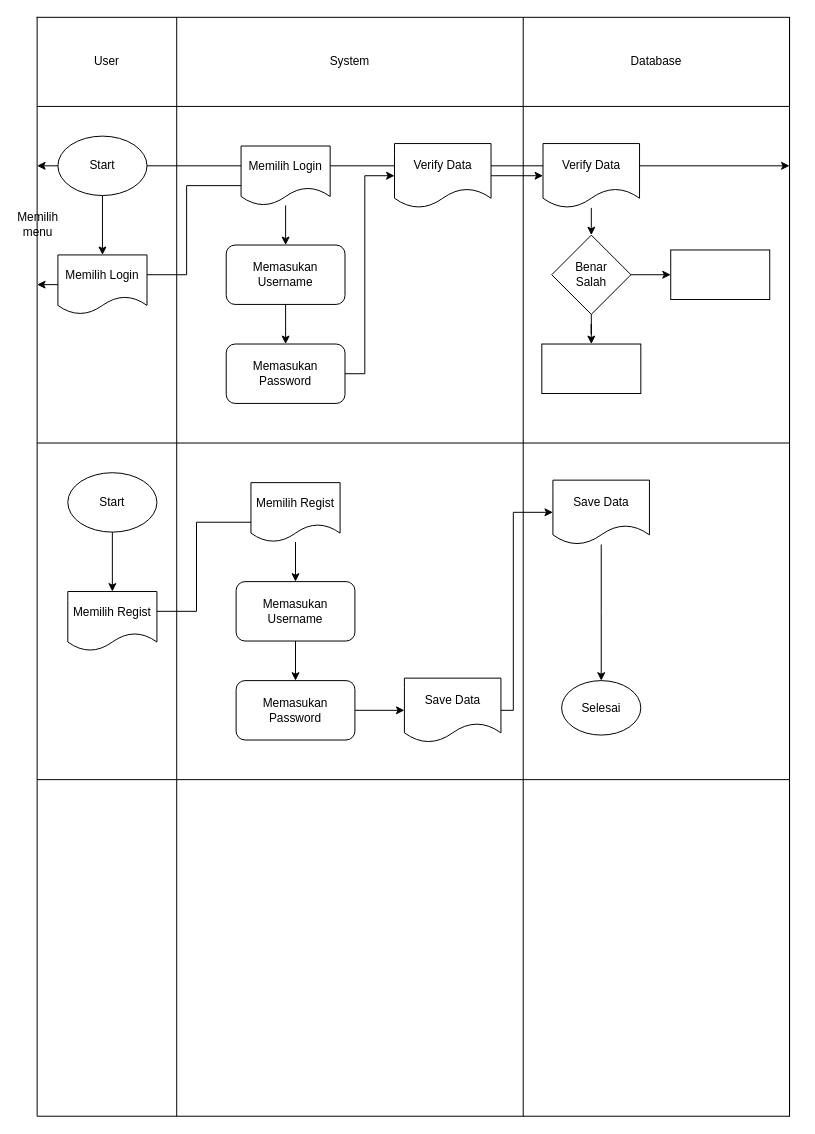
The draw.io diagram page "Page-1" (1 of 2) of tugas bu har.drawio in Dekte/storage, before the edit. Source tidied: cells renumbered, new cells numbered last; positions are measured from the earlier drawing's top-left corner, leaving out a move shared by most shapes. Both pictures are drawn from the tidied source at 99%, with x=0, y=0 at pixel (37, 17).
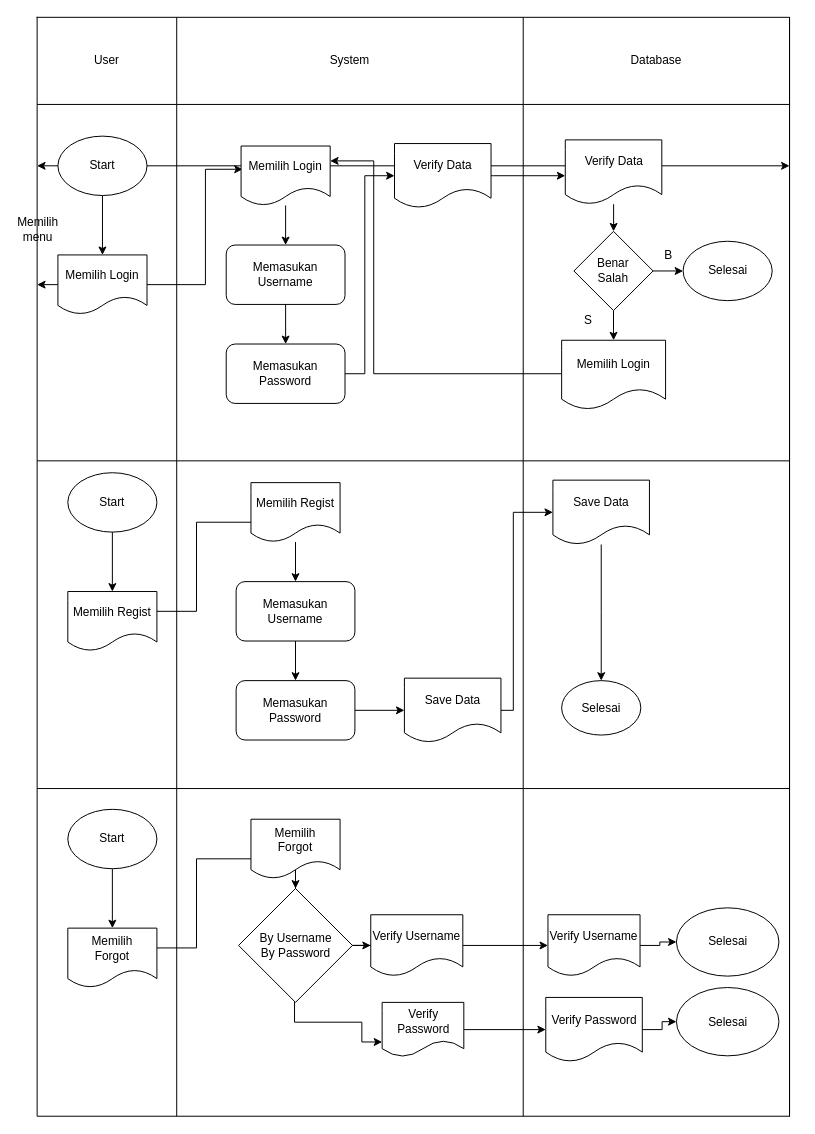
The same diagram, later.

Unchanged cells that the change refers to:
```xml
<mxCell id="2" style="shape=table;startSize=0;childLayout=tableLayout;" parent="1" vertex="1">
  <mxGeometry width="760" height="1110" as="geometry" />
</mxCell>
<mxCell id="34" value="Memilih Login" style="shape=document;whiteSpace=wrap;html=1;boundedLbl=1;" parent="1" vertex="1">
  <mxGeometry x="21" y="240" width="90" height="60" as="geometry" />
</mxCell>
<mxCell id="36" value="Memilih Login" style="shape=document;whiteSpace=wrap;html=1;boundedLbl=1;" parent="1" vertex="1">
  <mxGeometry x="206" y="130" width="90" height="60" as="geometry" />
</mxCell>
```

Diff of the diagram source:
```diff
@@
     <mxCell id="3" style="shape=tableRow;horizontal=0;startSize=0;swimlaneHead=0;swimlaneBody=0;strokeColor=inherit;top=0;left=0;bottom=0;right=0;fillColor=none;" parent="2" vertex="1">
-      <mxGeometry width="760" height="90" as="geometry" />
+      <mxGeometry width="760" height="88" as="geometry" />
     </mxCell>
     <mxCell id="4" value="User" style="shape=partialRectangle;html=1;whiteSpace=wrap;strokeColor=inherit;overflow=hidden;fillColor=none;top=0;left=0;bottom=0;right=0;" parent="3" vertex="1">
-      <mxGeometry width="141" height="90" as="geometry" />
+      <mxGeometry width="141" height="88" as="geometry" />
     </mxCell>
     <mxCell id="5" value="System" style="shape=partialRectangle;html=1;whiteSpace=wrap;strokeColor=inherit;overflow=hidden;fillColor=none;top=0;left=0;bottom=0;right=0;" parent="3" vertex="1">
-      <mxGeometry x="141" width="350" height="90" as="geometry" />
+      <mxGeometry x="141" width="350" height="88" as="geometry" />
     </mxCell>
     <mxCell id="6" value="Database" style="shape=partialRectangle;html=1;whiteSpace=wrap;strokeColor=inherit;overflow=hidden;fillColor=none;top=0;left=0;bottom=0;right=0;" parent="3" vertex="1">
-      <mxGeometry x="491" width="269" height="90" as="geometry" />
+      <mxGeometry x="491" width="269" height="88" as="geometry" />
     </mxCell>
     <mxCell id="7" style="shape=tableRow;horizontal=0;startSize=0;swimlaneHead=0;swimlaneBody=0;strokeColor=inherit;top=0;left=0;bottom=0;right=0;fillColor=none;" parent="2" vertex="1">
-      <mxGeometry y="90" width="760" height="340" as="geometry" />
+      <mxGeometry y="88" width="760" height="360" as="geometry" />
     </mxCell>
     <mxCell id="8" style="shape=partialRectangle;html=1;whiteSpace=wrap;strokeColor=inherit;overflow=hidden;fillColor=none;top=0;left=0;bottom=0;right=0;" parent="7" vertex="1">
-      <mxGeometry width="141" height="340" as="geometry" />
+      <mxGeometry width="141" height="360" as="geometry" />
     </mxCell>
     <mxCell id="9" style="shape=partialRectangle;html=1;whiteSpace=wrap;strokeColor=inherit;overflow=hidden;fillColor=none;top=0;left=0;bottom=0;right=0;" parent="7" vertex="1">
-      <mxGeometry x="141" width="350" height="340" as="geometry" />
+      <mxGeometry x="141" width="350" height="360" as="geometry" />
     </mxCell>
     <mxCell id="10" style="shape=partialRectangle;html=1;whiteSpace=wrap;strokeColor=inherit;overflow=hidden;fillColor=none;top=0;left=0;bottom=0;right=0;" parent="7" vertex="1">
-      <mxGeometry x="491" width="269" height="340" as="geometry" />
+      <mxGeometry x="491" width="269" height="360" as="geometry" />
     </mxCell>
     <mxCell id="11" style="shape=document;whiteSpace=wrap;html=1;boundedLbl=1;" parent="7" vertex="1">
-      <mxGeometry x="760" height="340" as="geometry" />
+      <mxGeometry x="760" height="360" as="geometry" />
     </mxCell>
     <mxCell id="12" style="shape=document;whiteSpace=wrap;html=1;boundedLbl=1;" parent="7" vertex="1">
-      <mxGeometry height="340" as="geometry" />
+      <mxGeometry height="360" as="geometry" />
     </mxCell>
     <mxCell id="13" value="Memilih menu" style="shape=document;whiteSpace=wrap;html=1;boundedLbl=1;" parent="7" vertex="1">
-      <mxGeometry height="340" as="geometry" />
+      <mxGeometry height="360" as="geometry" />
     </mxCell>
+    <mxCell id="71" style="shape=document;whiteSpace=wrap;html=1;boundedLbl=1;rounded=1;arcSize=0;" parent="7" vertex="1">
+      <mxGeometry height="360" as="geometry" />
+    </mxCell>
     <mxCell id="14" style="shape=tableRow;horizontal=0;startSize=0;swimlaneHead=0;swimlaneBody=0;strokeColor=inherit;top=0;left=0;bottom=0;right=0;fillColor=none;" parent="2" vertex="1">
-      <mxGeometry y="430" width="760" height="340" as="geometry" />
+      <mxGeometry y="448" width="760" height="331" as="geometry" />
     </mxCell>
     <mxCell id="15" style="shape=partialRectangle;html=1;whiteSpace=wrap;strokeColor=inherit;overflow=hidden;fillColor=none;top=0;left=0;bottom=0;right=0;" parent="14" vertex="1">
-      <mxGeometry width="141" height="340" as="geometry" />
+      <mxGeometry width="141" height="331" as="geometry" />
     </mxCell>
     <mxCell id="16" style="shape=partialRectangle;html=1;whiteSpace=wrap;strokeColor=inherit;overflow=hidden;fillColor=none;top=0;left=0;bottom=0;right=0;" parent="14" vertex="1">
-      <mxGeometry x="141" width="350" height="340" as="geometry" />
+      <mxGeometry x="141" width="350" height="331" as="geometry" />
     </mxCell>
     <mxCell id="17" style="shape=partialRectangle;html=1;whiteSpace=wrap;strokeColor=inherit;overflow=hidden;fillColor=none;top=0;left=0;bottom=0;right=0;" parent="14" vertex="1">
-      <mxGeometry x="491" width="269" height="340" as="geometry" />
+      <mxGeometry x="491" width="269" height="331" as="geometry" />
     </mxCell>
     <mxCell id="18" style="shape=document;whiteSpace=wrap;html=1;boundedLbl=1;" parent="14" vertex="1">
-      <mxGeometry x="760" height="340" as="geometry" />
+      <mxGeometry x="760" height="331" as="geometry" />
     </mxCell>
     <mxCell id="19" style="shape=document;whiteSpace=wrap;html=1;boundedLbl=1;" parent="14" vertex="1">
-      <mxGeometry height="340" as="geometry" />
+      <mxGeometry height="331" as="geometry" />
     </mxCell>
     <mxCell id="20" style="shape=document;whiteSpace=wrap;html=1;boundedLbl=1;" parent="14" vertex="1">
-      <mxGeometry height="340" as="geometry" />
+      <mxGeometry height="331" as="geometry" />
     </mxCell>
     <mxCell id="21" style="shape=tableRow;horizontal=0;startSize=0;swimlaneHead=0;swimlaneBody=0;strokeColor=inherit;top=0;left=0;bottom=0;right=0;fillColor=none;" parent="2" vertex="1">
-      <mxGeometry y="770" width="760" height="340" as="geometry" />
+      <mxGeometry y="779" width="760" height="331" as="geometry" />
     </mxCell>
     <mxCell id="22" style="shape=partialRectangle;html=1;whiteSpace=wrap;strokeColor=inherit;overflow=hidden;fillColor=none;top=0;left=0;bottom=0;right=0;" parent="21" vertex="1">
-      <mxGeometry width="141" height="340" as="geometry" />
+      <mxGeometry width="141" height="331" as="geometry" />
     </mxCell>
     <mxCell id="23" style="shape=partialRectangle;html=1;whiteSpace=wrap;strokeColor=inherit;overflow=hidden;fillColor=none;top=0;left=0;bottom=0;right=0;" parent="21" vertex="1">
-      <mxGeometry x="141" width="350" height="340" as="geometry" />
+      <mxGeometry x="141" width="350" height="331" as="geometry" />
     </mxCell>
     <mxCell id="24" style="shape=partialRectangle;html=1;whiteSpace=wrap;strokeColor=inherit;overflow=hidden;fillColor=none;top=0;left=0;bottom=0;right=0;" parent="21" vertex="1">
-      <mxGeometry x="491" width="269" height="340" as="geometry" />
+      <mxGeometry x="491" width="269" height="331" as="geometry" />
     </mxCell>
     <mxCell id="25" style="shape=document;whiteSpace=wrap;html=1;boundedLbl=1;" parent="21" vertex="1">
-      <mxGeometry x="760" height="340" as="geometry" />
+      <mxGeometry x="760" height="331" as="geometry" />
     </mxCell>
     <mxCell id="26" style="shape=document;whiteSpace=wrap;html=1;boundedLbl=1;" parent="21" vertex="1">
-      <mxGeometry height="340" as="geometry" />
+      <mxGeometry height="331" as="geometry" />
     </mxCell>
     <mxCell id="27" style="shape=document;whiteSpace=wrap;html=1;boundedLbl=1;" parent="21" vertex="1">
-      <mxGeometry height="340" as="geometry" />
+      <mxGeometry height="331" as="geometry" />
     </mxCell>
@@
-    <mxCell id="33" style="edgeStyle=orthogonalEdgeStyle;rounded=0;jettySize=auto;html=1;entryX=0;entryY=0.5;entryDx=0;entryDy=0;" parent="1" edge="1" source="34" target="36">
+    <mxCell id="33" style="edgeStyle=orthogonalEdgeStyle;rounded=0;jettySize=auto;html=1;entryX=0.018;entryY=0.391;entryDx=0;entryDy=0;entryPerimeter=0;" parent="1" edge="1" source="34" target="36">
       <mxGeometry relative="1" as="geometry">
         <Array as="points">
-          <mxPoint x="151" y="260" />
-          <mxPoint x="151" y="170" />
-          <mxPoint x="211" y="170" />
+          <mxPoint x="170" y="270" />
+          <mxPoint x="170" y="154" />
         </Array>
       </mxGeometry>
     </mxCell>
@@
     <mxCell id="44" value="Verify Data" style="shape=document;whiteSpace=wrap;html=1;boundedLbl=1;rounded=1;" parent="1" vertex="1">
-      <mxGeometry x="511" y="127.5" width="97.5" height="65" as="geometry" />
+      <mxGeometry x="533.5" y="123.8" width="97.5" height="65" as="geometry" />
     </mxCell>
@@
-    <mxCell id="66" style="edgeStyle=orthogonalEdgeStyle;rounded=0;jettySize=auto;html=1;" parent="1" edge="1" source="68" target="69">
-      <mxGeometry relative="1" as="geometry" />
-    </mxCell>
-    <mxCell id="67" style="edgeStyle=orthogonalEdgeStyle;rounded=0;jettySize=auto;html=1;" parent="1" edge="1" source="68" target="70">
-      <mxGeometry relative="1" as="geometry" />
+    <mxCell id="67" style="edgeStyle=orthogonalEdgeStyle;rounded=0;jettySize=auto;html=1;" parent="1" edge="1" source="68">
+      <mxGeometry relative="1" as="geometry">
+        <mxPoint x="652.5" y="256.3" as="targetPoint" />
+      </mxGeometry>
     </mxCell>
+    <mxCell id="72" style="edgeStyle=orthogonalEdgeStyle;rounded=0;jettySize=auto;html=1;" parent="1" edge="1" source="68" target="77">
+      <mxGeometry relative="1" as="geometry" />
+    </mxCell>
     <mxCell id="68" value="&lt;div&gt;Benar&lt;/div&gt;&lt;div&gt;Salah&lt;/div&gt;" style="rhombus;whiteSpace=wrap;html=1;rounded=1;arcSize=0;" parent="1" vertex="1">
-      <mxGeometry x="519.8" y="220" width="80" height="80" as="geometry" />
+      <mxGeometry x="542.2" y="216.2" width="80" height="80" as="geometry" />
     </mxCell>
-    <mxCell id="69" style="whiteSpace=wrap;html=1;rounded=1;arcSize=0;" parent="1" vertex="1">
-      <mxGeometry x="509.8" y="330" width="100" height="50" as="geometry" />
-    </mxCell>
-    <mxCell id="70" style="whiteSpace=wrap;html=1;rounded=1;arcSize=0;" parent="1" vertex="1">
-      <mxGeometry x="640" y="235" width="100" height="50" as="geometry" />
-    </mxCell>
+    <mxCell id="73" value="B" style="text;html=1;strokeColor=none;fillColor=none;align=center;verticalAlign=middle;whiteSpace=wrap;rounded=0;" parent="1" vertex="1">
+      <mxGeometry x="622.5" y="231.2" width="30" height="20" as="geometry" />
+    </mxCell>
+    <mxCell id="74" value="S" style="text;html=1;strokeColor=none;fillColor=none;align=center;verticalAlign=middle;whiteSpace=wrap;rounded=0;" parent="1" vertex="1">
+      <mxGeometry x="542.2" y="296.2" width="30" height="20" as="geometry" />
+    </mxCell>
+    <mxCell id="75" value="Selesai" style="ellipse;whiteSpace=wrap;html=1;" parent="1" vertex="1">
+      <mxGeometry x="652.5" y="226.2" width="90" height="60" as="geometry" />
+    </mxCell>
+    <mxCell id="76" style="edgeStyle=orthogonalEdgeStyle;rounded=0;jettySize=auto;html=1;entryX=1;entryY=0.25;entryDx=0;entryDy=0;" parent="1" edge="1" source="77" target="36">
+      <mxGeometry relative="1" as="geometry">
+        <Array as="points">
+          <mxPoint x="340" y="360" />
+          <mxPoint x="340" y="145" />
+        </Array>
+      </mxGeometry>
+    </mxCell>
+    <mxCell id="77" value="Memilih Login" style="shape=document;whiteSpace=wrap;html=1;boundedLbl=1;" parent="1" vertex="1">
+      <mxGeometry x="529.8" y="326.2" width="105" height="70" as="geometry" />
+    </mxCell>
+    <mxCell id="78" style="edgeStyle=orthogonalEdgeStyle;rounded=0;jettySize=auto;html=1;" parent="1" edge="1" source="79" target="81">
+      <mxGeometry relative="1" as="geometry" />
+    </mxCell>
+    <mxCell id="79" value="Start" style="ellipse;whiteSpace=wrap;html=1;" parent="1" vertex="1">
+      <mxGeometry x="31" y="800" width="90" height="60" as="geometry" />
+    </mxCell>
+    <mxCell id="80" style="edgeStyle=orthogonalEdgeStyle;rounded=0;jettySize=auto;html=1;entryX=0;entryY=0.5;entryDx=0;entryDy=0;" parent="1" edge="1" source="81" target="83">
+      <mxGeometry relative="1" as="geometry">
+        <Array as="points">
+          <mxPoint x="161" y="940" />
+          <mxPoint x="161" y="850" />
+          <mxPoint x="221" y="850" />
+        </Array>
+      </mxGeometry>
+    </mxCell>
+    <mxCell id="81" value="&lt;div&gt;Memilih&lt;/div&gt;&lt;div&gt;Forgot&lt;br&gt;&lt;/div&gt;" style="shape=document;whiteSpace=wrap;html=1;boundedLbl=1;" parent="1" vertex="1">
+      <mxGeometry x="31" y="920" width="90" height="60" as="geometry" />
+    </mxCell>
+    <mxCell id="82" style="edgeStyle=orthogonalEdgeStyle;rounded=0;jettySize=auto;html=1;" parent="1" edge="1" source="83" target="86">
+      <mxGeometry relative="1" as="geometry" />
+    </mxCell>
+    <mxCell id="83" value="&lt;div&gt;Memilih&lt;/div&gt;&lt;div&gt;Forgot&lt;br&gt;&lt;/div&gt;" style="shape=document;whiteSpace=wrap;html=1;boundedLbl=1;" parent="1" vertex="1">
+      <mxGeometry x="216" y="810" width="90" height="60" as="geometry" />
+    </mxCell>
+    <mxCell id="84" style="edgeStyle=orthogonalEdgeStyle;rounded=0;jettySize=auto;html=1;" parent="1" edge="1" source="86" target="88">
+      <mxGeometry relative="1" as="geometry" />
+    </mxCell>
+    <mxCell id="85" style="edgeStyle=orthogonalEdgeStyle;rounded=0;jettySize=auto;html=1;" parent="1" edge="1" source="86" target="90">
+      <mxGeometry relative="1" as="geometry">
+        <Array as="points">
+          <mxPoint x="260" y="1015" />
+          <mxPoint x="328" y="1015" />
+          <mxPoint x="328" y="1035" />
+        </Array>
+      </mxGeometry>
+    </mxCell>
+    <mxCell id="86" value="&lt;div&gt;By Username&lt;/div&gt;&lt;div&gt;By Password&lt;br&gt;&lt;/div&gt;" style="rhombus;whiteSpace=wrap;html=1;" parent="1" vertex="1">
+      <mxGeometry x="203.5" y="880" width="115" height="115" as="geometry" />
+    </mxCell>
+    <mxCell id="87" style="edgeStyle=orthogonalEdgeStyle;rounded=0;jettySize=auto;html=1;" parent="1" edge="1" source="88" target="92">
+      <mxGeometry relative="1" as="geometry" />
+    </mxCell>
+    <mxCell id="88" value="Verify Username" style="shape=document;whiteSpace=wrap;html=1;boundedLbl=1;" parent="1" vertex="1">
+      <mxGeometry x="337" y="906.5" width="93" height="62" as="geometry" />
+    </mxCell>
+    <mxCell id="89" style="edgeStyle=orthogonalEdgeStyle;rounded=0;jettySize=auto;html=1;" parent="1" edge="1" source="90" target="94">
+      <mxGeometry relative="1" as="geometry" />
+    </mxCell>
+    <mxCell id="90" value="Verify Password" style="shape=document;whiteSpace=wrap;html=1;boundedLbl=1;" parent="1" vertex="1">
+      <mxGeometry x="348.5" y="995" width="82.5" height="55" as="geometry" />
+    </mxCell>
+    <mxCell id="91" style="edgeStyle=orthogonalEdgeStyle;rounded=0;jettySize=auto;html=1;" parent="1" edge="1" source="92" target="95">
+      <mxGeometry relative="1" as="geometry" />
+    </mxCell>
+    <mxCell id="92" value="Verify Username" style="shape=document;whiteSpace=wrap;html=1;boundedLbl=1;" parent="1" vertex="1">
+      <mxGeometry x="516" y="906.5" width="93" height="62" as="geometry" />
+    </mxCell>
+    <mxCell id="93" style="edgeStyle=orthogonalEdgeStyle;rounded=0;jettySize=auto;html=1;" parent="1" edge="1" source="94" target="96">
+      <mxGeometry relative="1" as="geometry" />
+    </mxCell>
+    <mxCell id="94" value="Verify Password" style="shape=document;whiteSpace=wrap;html=1;boundedLbl=1;" parent="1" vertex="1">
+      <mxGeometry x="513.8" y="990" width="97.5" height="65" as="geometry" />
+    </mxCell>
+    <mxCell id="95" value="Selesai" style="ellipse;whiteSpace=wrap;html=1;" parent="1" vertex="1">
+      <mxGeometry x="645.8" y="899.5" width="103.5" height="69" as="geometry" />
+    </mxCell>
+    <mxCell id="96" value="Selesai" style="ellipse;whiteSpace=wrap;html=1;" parent="1" vertex="1">
+      <mxGeometry x="645.8" y="980" width="103.5" height="69" as="geometry" />
+    </mxCell>
```
